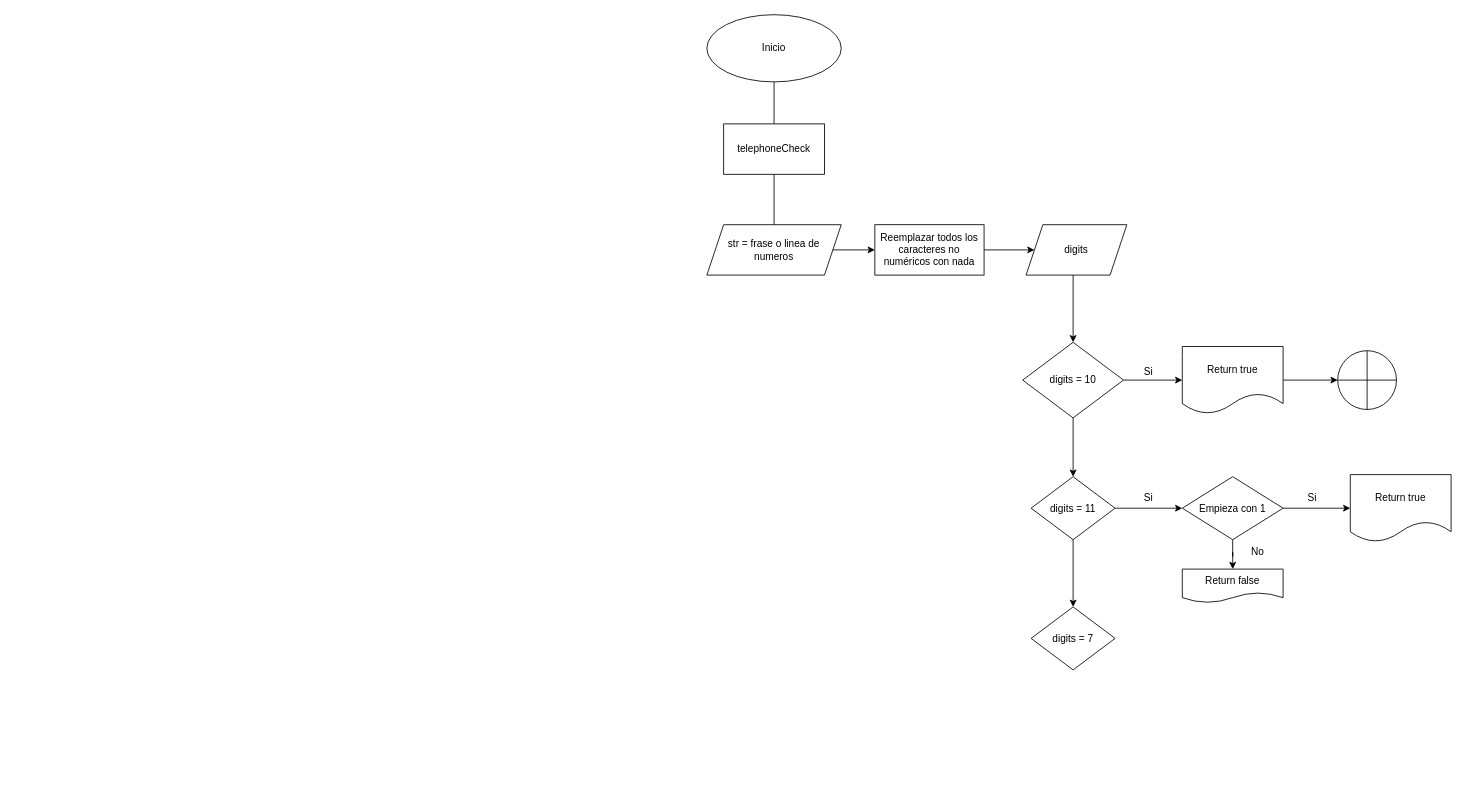
Above: page "Página-3" (3 of 3) of DiagramaV001.drawio in Luz3ReI/ProyectoPhoneJS (draw.io), before the change. Source tidied: cells renumbered, new cells numbered last; positions are measured from the earlier drawing's top-left corner, leaving out a move shared by most shapes. Both pictures are drawn from the tidied source at 84%, with x=0, y=0 at pixel (706, 14).
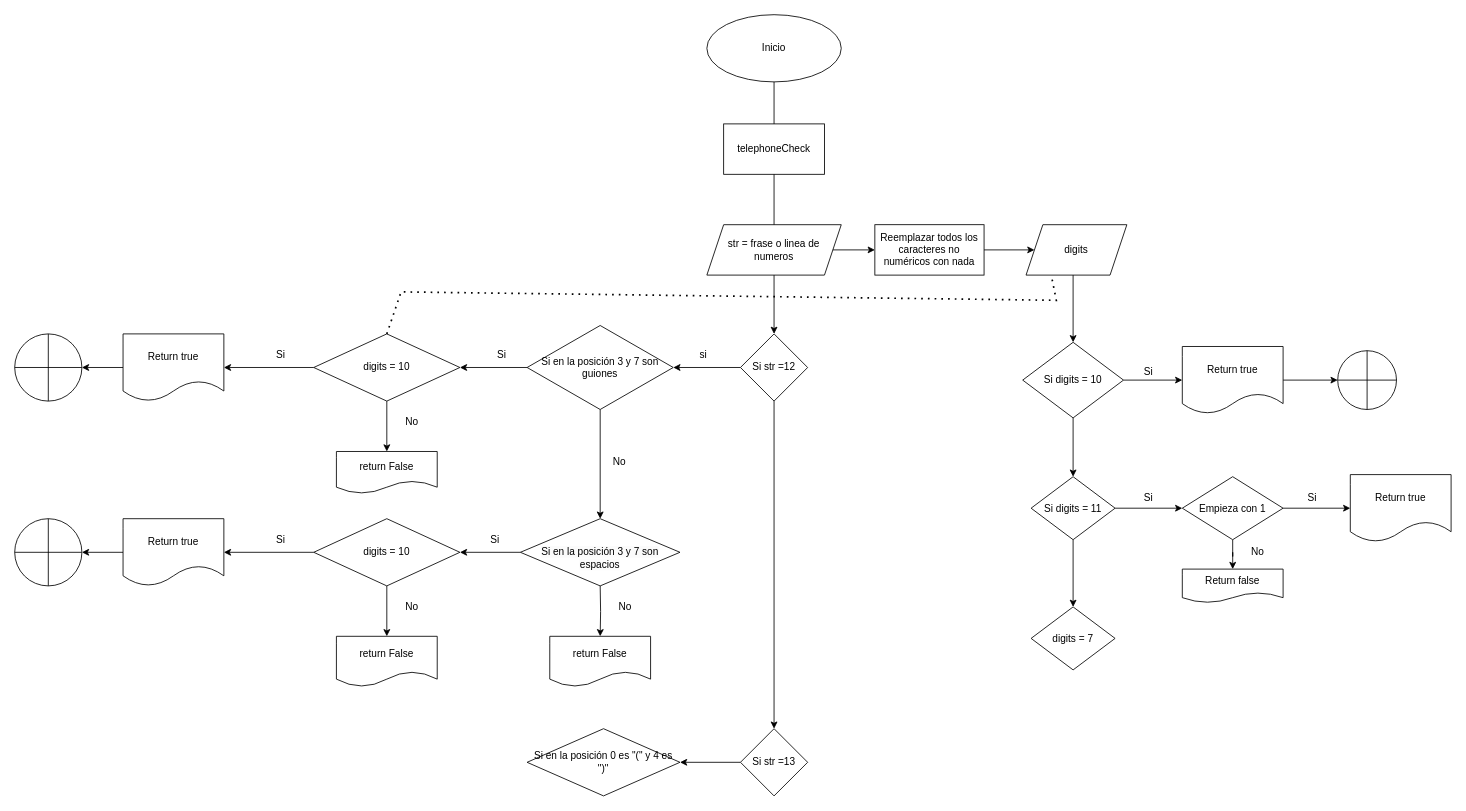
The same diagram, later.

Unchanged cells that the change refers to:
```xml
<mxCell id="5" value="str = frase o linea de numeros" style="shape=parallelogram;perimeter=parallelogramPerimeter;whiteSpace=wrap;html=1;fixedSize=1;" parent="1" vertex="1">
  <mxGeometry y="250" width="160" height="60" as="geometry" />
</mxCell>
<mxCell id="9" value="digits" style="shape=parallelogram;perimeter=parallelogramPerimeter;whiteSpace=wrap;html=1;fixedSize=1;" parent="1" vertex="1">
  <mxGeometry x="380" y="250" width="120" height="60" as="geometry" />
</mxCell>
```

What changed in the source:
```diff
@@
+    <mxCell id="31" style="edgeStyle=orthogonalEdgeStyle;rounded=0;jettySize=auto;html=1;" parent="1" edge="1" source="5" target="34">
+      <mxGeometry relative="1" as="geometry" />
+    </mxCell>
@@
-    <mxCell id="14" value="digits = 10" style="rhombus;whiteSpace=wrap;html=1;" parent="1" vertex="1">
+    <mxCell id="14" value="Si digits = 10" style="rhombus;whiteSpace=wrap;html=1;" parent="1" vertex="1">
       <mxGeometry x="376" y="390" width="120" height="90" as="geometry" />
     </mxCell>
@@
-    <mxCell id="21" value="digits = 11" style="rhombus;whiteSpace=wrap;html=1;" parent="1" vertex="1">
+    <mxCell id="21" value="Si digits = 11" style="rhombus;whiteSpace=wrap;html=1;" parent="1" vertex="1">
       <mxGeometry x="386" y="550" width="100" height="75" as="geometry" />
     </mxCell>
@@
+    <mxCell id="32" style="edgeStyle=orthogonalEdgeStyle;rounded=0;jettySize=auto;html=1;" parent="1" edge="1" source="34" target="37">
+      <mxGeometry relative="1" as="geometry" />
+    </mxCell>
+    <mxCell id="33" style="edgeStyle=orthogonalEdgeStyle;rounded=0;jettySize=auto;html=1;" parent="1" edge="1" source="34" target="67">
+      <mxGeometry relative="1" as="geometry" />
+    </mxCell>
+    <mxCell id="34" value="Si str =12" style="rhombus;whiteSpace=wrap;html=1;" parent="1" vertex="1">
+      <mxGeometry x="40" y="380" width="80" height="80" as="geometry" />
+    </mxCell>
+    <mxCell id="35" style="edgeStyle=orthogonalEdgeStyle;rounded=0;jettySize=auto;html=1;" parent="1" edge="1" source="37" target="40">
+      <mxGeometry relative="1" as="geometry" />
+    </mxCell>
+    <mxCell id="36" style="edgeStyle=orthogonalEdgeStyle;rounded=0;jettySize=auto;html=1;" parent="1" edge="1" source="37" target="51">
+      <mxGeometry relative="1" as="geometry" />
+    </mxCell>
+    <mxCell id="37" value="Si en la posición 3 y 7 son guiones" style="rhombus;whiteSpace=wrap;html=1;" parent="1" vertex="1">
+      <mxGeometry x="-214" y="370" width="174" height="100" as="geometry" />
+    </mxCell>
+    <mxCell id="38" style="edgeStyle=orthogonalEdgeStyle;rounded=0;jettySize=auto;html=1;" parent="1" edge="1" source="40" target="43">
+      <mxGeometry relative="1" as="geometry" />
+    </mxCell>
+    <mxCell id="39" style="edgeStyle=orthogonalEdgeStyle;rounded=0;jettySize=auto;html=1;" parent="1" edge="1" source="40" target="48">
+      <mxGeometry relative="1" as="geometry" />
+    </mxCell>
+    <mxCell id="40" value="digits = 10" style="rhombus;whiteSpace=wrap;html=1;" parent="1" vertex="1">
+      <mxGeometry x="-468" y="380" width="174" height="80" as="geometry" />
+    </mxCell>
+    <mxCell id="41" value="si" style="text;html=1;strokeColor=none;fillColor=none;align=center;verticalAlign=middle;whiteSpace=wrap;rounded=0;" parent="1" vertex="1">
+      <mxGeometry x="-34" y="390" width="60" height="30" as="geometry" />
+    </mxCell>
+    <mxCell id="42" style="edgeStyle=orthogonalEdgeStyle;rounded=0;jettySize=auto;html=1;" parent="1" edge="1" source="43" target="47">
+      <mxGeometry relative="1" as="geometry" />
+    </mxCell>
+    <mxCell id="43" value="Return true" style="shape=document;whiteSpace=wrap;html=1;boundedLbl=1;" parent="1" vertex="1">
+      <mxGeometry x="-695" y="380" width="120" height="80" as="geometry" />
+    </mxCell>
+    <mxCell id="44" value="Si" style="text;html=1;strokeColor=none;fillColor=none;align=center;verticalAlign=middle;whiteSpace=wrap;rounded=0;" parent="1" vertex="1">
+      <mxGeometry x="-274" y="390" width="60" height="30" as="geometry" />
+    </mxCell>
+    <mxCell id="45" value="Si" style="text;html=1;strokeColor=none;fillColor=none;align=center;verticalAlign=middle;whiteSpace=wrap;rounded=0;" parent="1" vertex="1">
+      <mxGeometry x="-537" y="390" width="60" height="30" as="geometry" />
+    </mxCell>
+    <mxCell id="46" style="endArrow=none;dashed=1;html=1;dashPattern=1 3;strokeWidth=2;rounded=0;exitX=0.5;exitY=0;exitDx=0;exitDy=0;entryX=0.25;entryY=1;entryDx=0;entryDy=0;" parent="1" edge="1" source="40" target="9">
+      <mxGeometry relative="1" as="geometry">
+        <Array as="points">
+          <mxPoint x="-364" y="330" />
+          <mxPoint x="416" y="340" />
+        </Array>
+      </mxGeometry>
+    </mxCell>
+    <mxCell id="47" style="shape=orEllipse;perimeter=ellipsePerimeter;whiteSpace=wrap;html=1;backgroundOutline=1;" parent="1" vertex="1">
+      <mxGeometry x="-824" y="380" width="80" height="80" as="geometry" />
+    </mxCell>
+    <mxCell id="48" value="return False" style="shape=document;whiteSpace=wrap;html=1;boundedLbl=1;" parent="1" vertex="1">
+      <mxGeometry x="-441" y="520" width="120" height="50" as="geometry" />
+    </mxCell>
+    <mxCell id="49" value="No" style="text;html=1;strokeColor=none;fillColor=none;align=center;verticalAlign=middle;whiteSpace=wrap;rounded=0;" parent="1" vertex="1">
+      <mxGeometry x="-381" y="470" width="60" height="30" as="geometry" />
+    </mxCell>
+    <mxCell id="50" style="edgeStyle=orthogonalEdgeStyle;rounded=0;jettySize=auto;html=1;entryX=1;entryY=0.5;entryDx=0;entryDy=0;" parent="1" edge="1" source="51" target="55">
+      <mxGeometry relative="1" as="geometry" />
+    </mxCell>
+    <mxCell id="51" value="&lt;br&gt;&lt;span style=&quot;color: rgb(0, 0, 0); font-family: Helvetica; font-size: 12px; font-style: normal; font-variant-ligatures: normal; font-variant-caps: normal; font-weight: 400; letter-spacing: normal; orphans: 2; text-align: center; text-indent: 0px; text-transform: none; widows: 2; word-spacing: 0px; -webkit-text-stroke-width: 0px; background-color: rgb(251, 251, 251); text-decoration-thickness: initial; text-decoration-style: initial; text-decoration-color: initial; float: none; display: inline !important;&quot;&gt;Si en la posición 3 y 7 son espacios&lt;/span&gt;&lt;br&gt;" style="rhombus;whiteSpace=wrap;html=1;" parent="1" vertex="1">
+      <mxGeometry x="-222" y="600" width="190" height="80" as="geometry" />
+    </mxCell>
+    <mxCell id="52" value="No" style="text;html=1;strokeColor=none;fillColor=none;align=center;verticalAlign=middle;whiteSpace=wrap;rounded=0;" parent="1" vertex="1">
+      <mxGeometry x="-134" y="517.5" width="60" height="30" as="geometry" />
+    </mxCell>
+    <mxCell id="53" style="edgeStyle=orthogonalEdgeStyle;rounded=0;jettySize=auto;html=1;" parent="1" edge="1" source="55" target="57">
+      <mxGeometry relative="1" as="geometry" />
+    </mxCell>
+    <mxCell id="54" style="edgeStyle=orthogonalEdgeStyle;rounded=0;jettySize=auto;html=1;" parent="1" edge="1" source="55" target="60">
+      <mxGeometry relative="1" as="geometry" />
+    </mxCell>
+    <mxCell id="55" value="digits = 10" style="rhombus;whiteSpace=wrap;html=1;" parent="1" vertex="1">
+      <mxGeometry x="-468" y="600" width="174" height="80" as="geometry" />
+    </mxCell>
+    <mxCell id="56" style="edgeStyle=orthogonalEdgeStyle;rounded=0;jettySize=auto;html=1;" parent="1" edge="1" source="57" target="59">
+      <mxGeometry relative="1" as="geometry" />
+    </mxCell>
+    <mxCell id="57" value="Return true" style="shape=document;whiteSpace=wrap;html=1;boundedLbl=1;" parent="1" vertex="1">
+      <mxGeometry x="-695" y="600" width="120" height="80" as="geometry" />
+    </mxCell>
+    <mxCell id="58" value="Si" style="text;html=1;strokeColor=none;fillColor=none;align=center;verticalAlign=middle;whiteSpace=wrap;rounded=0;" parent="1" vertex="1">
+      <mxGeometry x="-537" y="610" width="60" height="30" as="geometry" />
+    </mxCell>
+    <mxCell id="59" style="shape=orEllipse;perimeter=ellipsePerimeter;whiteSpace=wrap;html=1;backgroundOutline=1;" parent="1" vertex="1">
+      <mxGeometry x="-824" y="600" width="80" height="80" as="geometry" />
+    </mxCell>
+    <mxCell id="60" value="return False" style="shape=document;whiteSpace=wrap;html=1;boundedLbl=1;" parent="1" vertex="1">
+      <mxGeometry x="-441" y="740" width="120" height="60" as="geometry" />
+    </mxCell>
+    <mxCell id="61" value="No" style="text;html=1;strokeColor=none;fillColor=none;align=center;verticalAlign=middle;whiteSpace=wrap;rounded=0;" parent="1" vertex="1">
+      <mxGeometry x="-381" y="690" width="60" height="30" as="geometry" />
+    </mxCell>
+    <mxCell id="62" value="Si" style="text;html=1;strokeColor=none;fillColor=none;align=center;verticalAlign=middle;whiteSpace=wrap;rounded=0;" parent="1" vertex="1">
+      <mxGeometry x="-282" y="610" width="60" height="30" as="geometry" />
+    </mxCell>
+    <mxCell id="63" style="edgeStyle=orthogonalEdgeStyle;rounded=0;jettySize=auto;html=1;" parent="1" edge="1" target="64">
+      <mxGeometry relative="1" as="geometry">
+        <mxPoint x="-127" y="680" as="sourcePoint" />
+      </mxGeometry>
+    </mxCell>
+    <mxCell id="64" value="return False" style="shape=document;whiteSpace=wrap;html=1;boundedLbl=1;" parent="1" vertex="1">
+      <mxGeometry x="-187" y="740" width="120" height="60" as="geometry" />
+    </mxCell>
+    <mxCell id="65" value="No" style="text;html=1;strokeColor=none;fillColor=none;align=center;verticalAlign=middle;whiteSpace=wrap;rounded=0;" parent="1" vertex="1">
+      <mxGeometry x="-127" y="690" width="60" height="30" as="geometry" />
+    </mxCell>
+    <mxCell id="66" style="edgeStyle=orthogonalEdgeStyle;rounded=0;jettySize=auto;html=1;" parent="1" edge="1" source="67" target="68">
+      <mxGeometry relative="1" as="geometry" />
+    </mxCell>
+    <mxCell id="67" value="Si str =13" style="rhombus;whiteSpace=wrap;html=1;" parent="1" vertex="1">
+      <mxGeometry x="40" y="850" width="80" height="80" as="geometry" />
+    </mxCell>
+    <mxCell id="68" value="Si en la posición 0 es &quot;(&quot; y 4 es &quot;)&quot;" style="rhombus;whiteSpace=wrap;html=1;" parent="1" vertex="1">
+      <mxGeometry x="-214" y="850" width="182" height="80" as="geometry" />
+    </mxCell>
```
